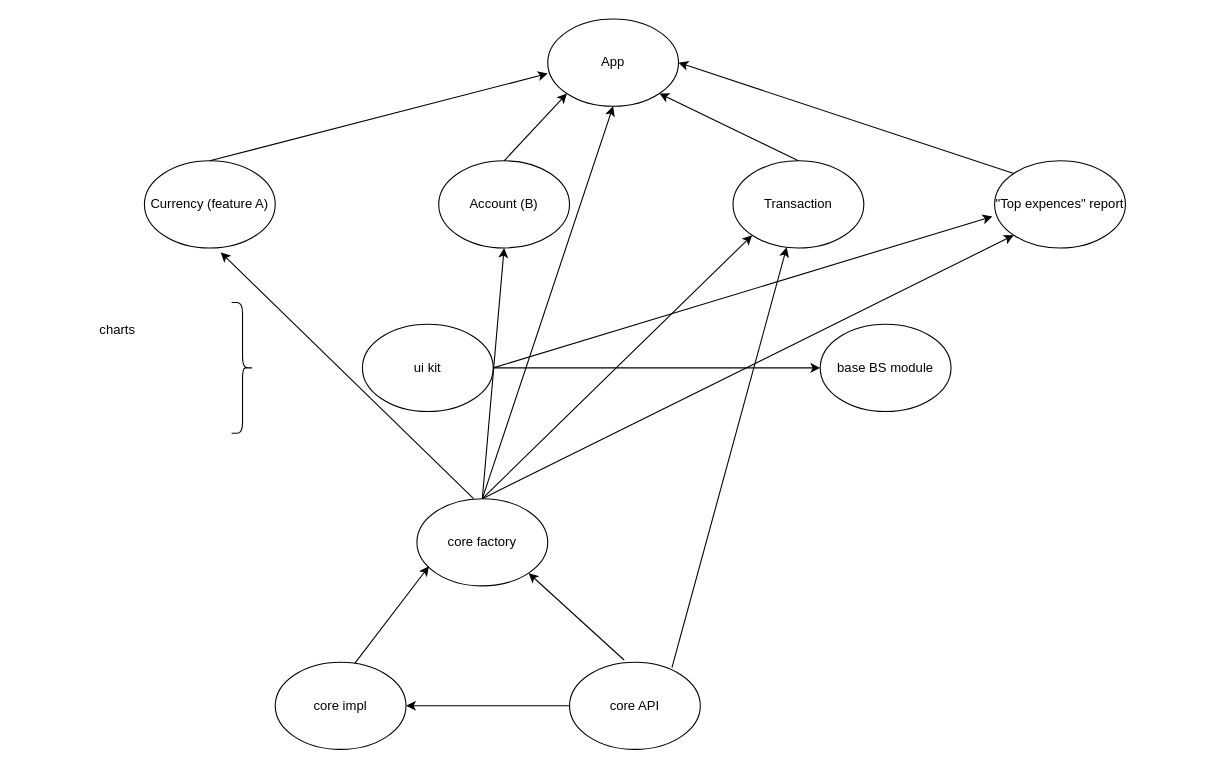
The draw.io diagram Диаграмма без названия.drawio in nikman/moneymate, before the edit. Source tidied: cells renumbered, new cells numbered last; positions are measured from the earlier drawing's top-left corner, leaving out a move shared by most shapes. Both pictures are drawn from the tidied source at 109%, with x=0, y=0 at pixel (84, 19).
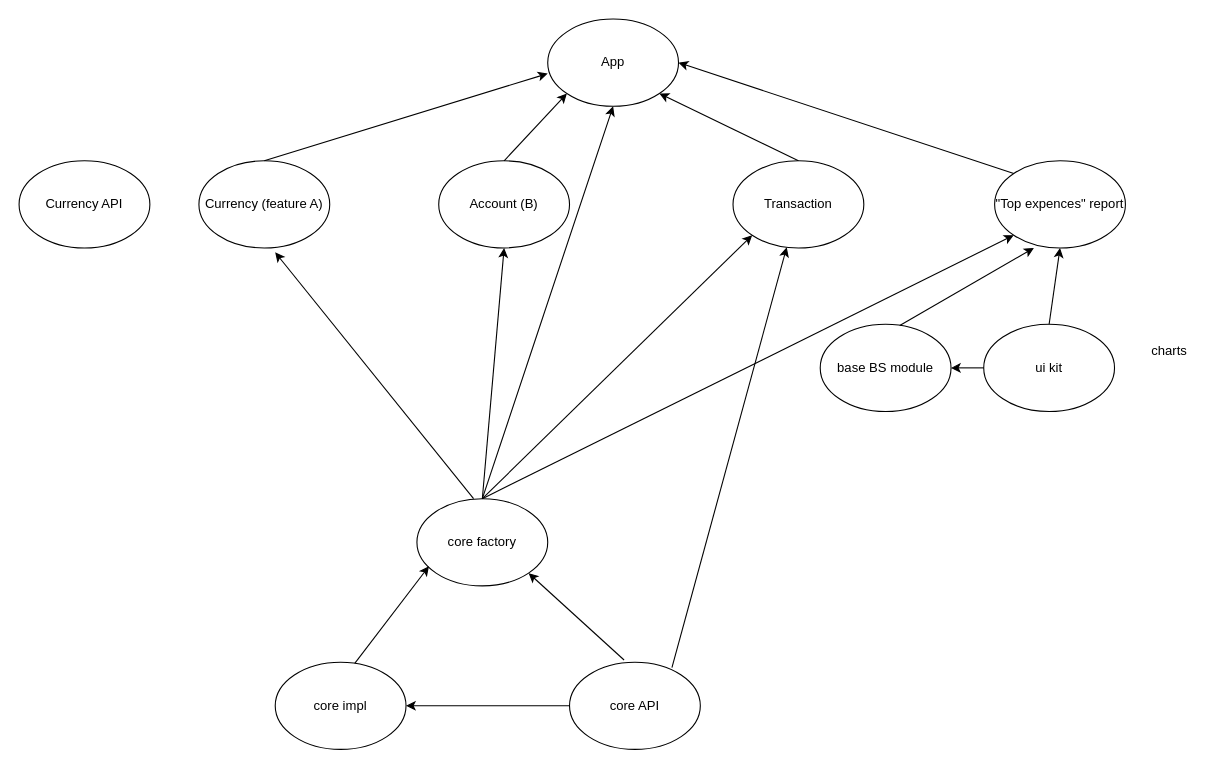
The same diagram, later.

The change refers to these unchanged cells:
```xml
<mxCell id="6" value="&quot;Top expences&quot; report" style="ellipse;whiteSpace=wrap;html=1;" parent="1" vertex="1">
  <mxGeometry x="835" y="130" width="120" height="80" as="geometry" />
</mxCell>
<mxCell id="11" value="base BS module" style="ellipse;whiteSpace=wrap;html=1;" parent="1" vertex="1">
  <mxGeometry x="675" y="280" width="120" height="80" as="geometry" />
</mxCell>
```

What changed in the source:
```diff
@@
     <mxCell id="3" value="Currency (feature A)" style="ellipse;whiteSpace=wrap;html=1;" parent="1" vertex="1">
-      <mxGeometry x="55" y="130" width="120" height="80" as="geometry" />
+      <mxGeometry x="105" y="130" width="120" height="80" as="geometry" />
     </mxCell>
@@
     <mxCell id="7" value="ui kit" style="ellipse;whiteSpace=wrap;html=1;" parent="1" vertex="1">
-      <mxGeometry x="255" y="280" width="120" height="80" as="geometry" />
+      <mxGeometry x="825" y="280" width="120" height="80" as="geometry" />
     </mxCell>
-    <mxCell id="8" style="endArrow=classic;html=1;rounded=0;entryX=-0.017;entryY=0.638;entryDx=0;entryDy=0;entryPerimeter=0;exitX=1;exitY=0.5;exitDx=0;exitDy=0;" parent="1" edge="1" source="7" target="6">
+    <mxCell id="8" style="endArrow=classic;html=1;rounded=0;entryX=0.5;entryY=1;entryDx=0;entryDy=0;exitX=0.5;exitY=0;exitDx=0;exitDy=0;" parent="1" edge="1" source="7" target="6">
       <mxGeometry relative="1" as="geometry" />
     </mxCell>
-    <mxCell id="9" style="shape=curlyBracket;whiteSpace=wrap;html=1;rounded=1;flipH=1;labelPosition=right;verticalLabelPosition=middle;align=left;verticalAlign=middle;" parent="1" vertex="1">
-      <mxGeometry x="135" y="260" width="20" height="120" as="geometry" />
-    </mxCell>
     <mxCell id="10" value="charts&lt;br&gt;" style="text;html=1;align=center;verticalAlign=middle;strokeColor=none;fillColor=none;" parent="1" vertex="1">
-      <mxGeometry y="270" width="60" height="30" as="geometry" />
+      <mxGeometry x="965" y="290" width="60" height="30" as="geometry" />
     </mxCell>
@@
-    <mxCell id="21" style="endArrow=classic;html=1;rounded=0;exitX=1;exitY=0.5;exitDx=0;exitDy=0;entryX=0;entryY=0.5;entryDx=0;entryDy=0;" parent="1" edge="1" source="7" target="11">
-      <mxGeometry relative="1" as="geometry" />
+    <mxCell id="21" style="endArrow=classic;html=1;rounded=0;entryX=1;entryY=0.5;entryDx=0;entryDy=0;" parent="1" edge="1" target="11">
+      <mxGeometry relative="1" as="geometry">
+        <mxPoint x="825" y="320" as="sourcePoint" />
+      </mxGeometry>
     </mxCell>
@@
+    <mxCell id="29" value="Currency API" style="ellipse;whiteSpace=wrap;html=1;" parent="1" vertex="1">
+      <mxGeometry x="-60" y="130" width="120" height="80" as="geometry" />
+    </mxCell>
+    <mxCell id="30" style="endArrow=classic;html=1;rounded=0;exitX=0.608;exitY=0.013;exitDx=0;exitDy=0;exitPerimeter=0;entryX=0.3;entryY=1;entryDx=0;entryDy=0;entryPerimeter=0;" parent="1" edge="1" source="11" target="6">
+      <mxGeometry relative="1" as="geometry" />
+    </mxCell>
```
